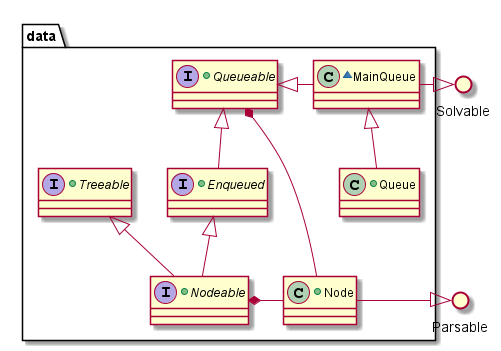
Above: src/docs/UML/data.png in vitalispopoff/calculator (PlantUML), before the change.
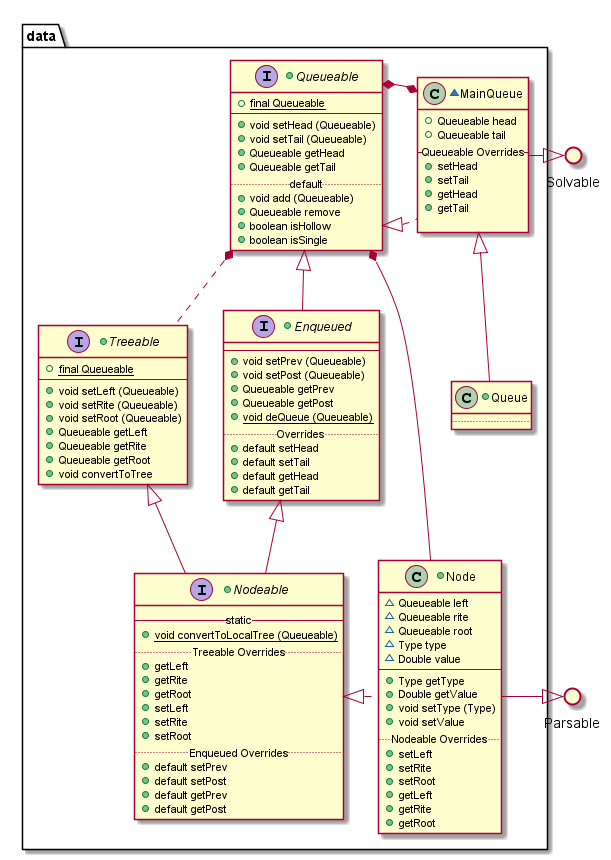
After the change.

Change to the diagram source:
```diff
@@ -1,42 +1,114 @@
 @startuml
+
+    () Solvable
+    () Parsable
 
 package data {
 
     +interface Queueable {
+            +{field}{static}final Queueable
+        --
+            +{method} void setHead (Queueable)
+            +{method} void setTail (Queueable)
+            +{method} Queueable getHead
+            +{method} Queueable getTail
+        ..default..
+            +{method} void add (Queueable)
+            +{method} Queueable remove
+            +{method} boolean isHollow
+            +{method} boolean isSingle
     }
 
-    +interface Treeable{
+    +interface Treeable {
+            +{field}{static} final Queueable
+        --
+            +{method} void setLeft (Queueable)
+            +{method} void setRite (Queueable)
+            +{method} void setRoot (Queueable)
+            +{method} Queueable getLeft
+            +{method} Queueable getRite
+            +{method} Queueable getRoot
+            +{method} void convertToTree
     }
 
     +interface Enqueued extends Queueable{
+        --
+            +{method} void setPrev (Queueable)
+            +{method} void setPost (Queueable)
+            +{method} Queueable getPrev
+            +{method} Queueable getPost
+            +{method}{static} void deQueue (Queueable)
+        ..Overrides..
+            +{method} default setHead
+            +{method} default setTail
+            +{method} default getHead
+            +{method} default getTail
     }
 
     +interface Nodeable extends Enqueued {
+        --static--
+            +{method}{static} void convertToLocalTree (Queueable)
+        .. Treeable Overrides..
+            +{method} getLeft
+            +{method} getRite
+            +{method} getRoot
+            +{method} setLeft
+            +{method} setRite
+            +{method} setRoot
+        ..Enqueued Overrides..
+            +{method} default setPrev
+            +{method} default setPost
+            +{method} default getPrev
+            +{method} default getPost
     }
 
-    Treeable <|-- Nodeable
+    ~class MainQueue implements Queueable{
+            +{field} Queueable head
+            +{field} Queueable tail
+        -- Queueable Overrides--
+            +{method} setHead
+            +{method} setTail
+            +{method} getHead
+            +{method} getTail
 
-    ~class MainQueue {
     }
 
     +class Queue {
+        ..
     }
 
     +class Node {
+            ~{field} Queueable left
+            ~{field} Queueable rite
+            ~{field} Queueable root
+            ~{field} Type type
+            ~{field} Double value
+        --
+            +{method} Type getType
+            +{method} Double getValue
+            +{method} void setType (Type)
+            +{method} void setValue
+        ..Nodeable Overrides..
+            +{method} setLeft
+            +{method} setRite
+            +{method} setRoot
+            +{method} getLeft
+            +{method} getRite
+            +{method} getRoot
     }
-
-    Queueable   <|-right-      MainQueue
-    Node        -right-*    Nodeable
-
-    MainQueue   <|--         Queue
-    Queueable   *---        Node
 }
 
-    () Solvable
-    () Parsable
+        Queueable   *.down.     Treeable
+        Treeable    <|--        Nodeable
 
-    MainQueue   -right-|>   Solvable
-    Node        -right-|>   Parsable
+        Queueable   *-left-*        MainQueue
+        Node        .left.|>    Nodeable
+
+        MainQueue   <|--        Queue
+        Queueable   *---        Node
+
+        MainQueue   -right-|>   Solvable
+        Node        -right-|>   Parsable
 
 
 @enduml
```
